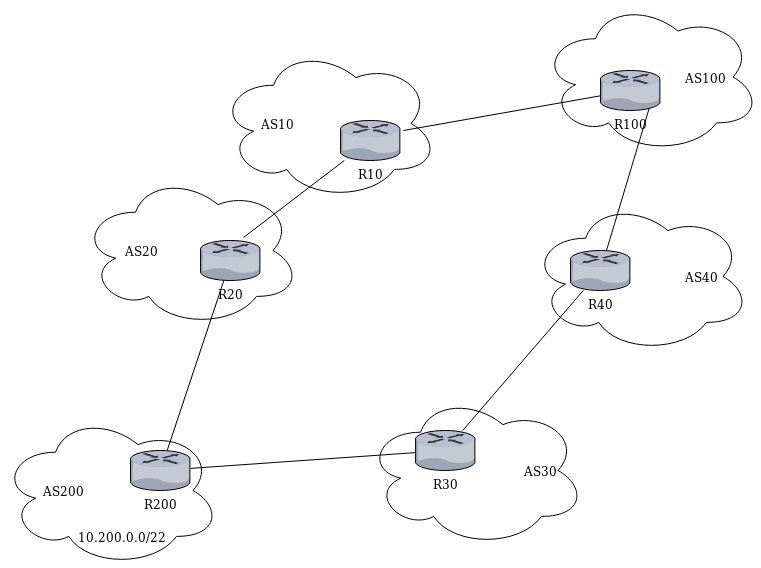
The draw.io diagram images/bgp-mitm-topology.png in mastinux/bgp-man-in-the-middle, before a commit. Source tidied: cells renumbered, new cells last; positions are measured from the earlier drawing's top-left corner, leaving out a move shared by most shapes. Its diagram source:
```xml
<mxGraphModel>
  <root>
    <mxCell id="0" />
    <mxCell id="1" parent="0" />
    <mxCell id="2" style="endArrow=none;html=1;exitX=0.717;exitY=-0.075;exitDx=0;exitDy=0;exitPerimeter=0;" parent="1" edge="1" source="13" target="8">
      <mxGeometry relative="1" as="geometry" />
    </mxCell>
    <mxCell id="3" style="endArrow=none;html=1;exitX=1.05;exitY=0.25;exitDx=0;exitDy=0;exitPerimeter=0;" parent="1" edge="1" source="8" target="9">
      <mxGeometry relative="1" as="geometry" />
    </mxCell>
    <mxCell id="4" style="endArrow=none;html=1;" parent="1" edge="1" source="13" target="12">
      <mxGeometry relative="1" as="geometry" />
    </mxCell>
    <mxCell id="5" style="endArrow=none;html=1;" parent="1" edge="1" source="10">
      <mxGeometry relative="1" as="geometry">
        <mxPoint x="651" y="100" as="targetPoint" />
      </mxGeometry>
    </mxCell>
    <mxCell id="6" style="endArrow=none;html=1;" parent="1" edge="1" source="11" target="10">
      <mxGeometry relative="1" as="geometry" />
    </mxCell>
    <mxCell id="7" style="endArrow=none;html=1;" parent="1" edge="1" source="12" target="11">
      <mxGeometry relative="1" as="geometry" />
    </mxCell>
    <mxCell id="8" value="R10" style="verticalLabelPosition=bottom;html=1;verticalAlign=top;strokeColor=none;align=center;outlineConnect=0;shape=mxgraph.citrix.router;" parent="1" vertex="1">
      <mxGeometry x="340" y="120" width="60" height="40" as="geometry" />
    </mxCell>
    <mxCell id="9" value="R100" style="verticalLabelPosition=bottom;html=1;verticalAlign=top;strokeColor=none;align=center;outlineConnect=0;shape=mxgraph.citrix.router;" parent="1" vertex="1">
      <mxGeometry x="600" y="70" width="60" height="40" as="geometry" />
    </mxCell>
    <mxCell id="10" value="R40" style="verticalLabelPosition=bottom;html=1;verticalAlign=top;strokeColor=none;align=center;outlineConnect=0;shape=mxgraph.citrix.router;" parent="1" vertex="1">
      <mxGeometry x="570" y="250" width="60" height="40" as="geometry" />
    </mxCell>
    <mxCell id="11" value="R30" style="verticalLabelPosition=bottom;html=1;verticalAlign=top;strokeColor=none;align=center;outlineConnect=0;shape=mxgraph.citrix.router;" parent="1" vertex="1">
      <mxGeometry x="415" y="430" width="60" height="40" as="geometry" />
    </mxCell>
    <mxCell id="12" value="R200" style="verticalLabelPosition=bottom;html=1;verticalAlign=top;strokeColor=none;align=center;outlineConnect=0;shape=mxgraph.citrix.router;" parent="1" vertex="1">
      <mxGeometry x="130" y="450" width="60" height="40" as="geometry" />
    </mxCell>
    <mxCell id="13" value="R20" style="verticalLabelPosition=bottom;html=1;verticalAlign=top;strokeColor=none;align=center;outlineConnect=0;shape=mxgraph.citrix.router;" parent="1" vertex="1">
      <mxGeometry x="200" y="240" width="60" height="40" as="geometry" />
    </mxCell>
    <mxCell id="14" value="AS20&amp;nbsp;&amp;nbsp;&amp;nbsp;&amp;nbsp;&amp;nbsp;&amp;nbsp;&amp;nbsp;&amp;nbsp;&amp;nbsp;&amp;nbsp;&amp;nbsp;&amp;nbsp;&amp;nbsp;&amp;nbsp;&amp;nbsp;&amp;nbsp;&amp;nbsp;&amp;nbsp;&amp;nbsp;&amp;nbsp;&amp;nbsp;&amp;nbsp;&amp;nbsp;&amp;nbsp;&amp;nbsp; " style="ellipse;shape=cloud;whiteSpace=wrap;html=1;fillColor=none;" parent="1" vertex="1">
      <mxGeometry x="80" y="173.5" width="220" height="153" as="geometry" />
    </mxCell>
    <mxCell id="15" value="AS10&amp;nbsp;&amp;nbsp;&amp;nbsp;&amp;nbsp;&amp;nbsp;&amp;nbsp;&amp;nbsp;&amp;nbsp;&amp;nbsp;&amp;nbsp;&amp;nbsp;&amp;nbsp;&amp;nbsp;&amp;nbsp;&amp;nbsp;&amp;nbsp;&amp;nbsp;&amp;nbsp;&amp;nbsp;&amp;nbsp;&amp;nbsp;&amp;nbsp;&amp;nbsp;&amp;nbsp;&amp;nbsp;&amp;nbsp; " style="ellipse;shape=cloud;whiteSpace=wrap;html=1;fillColor=none;" parent="1" vertex="1">
      <mxGeometry x="218" y="46.5" width="220" height="153" as="geometry" />
    </mxCell>
    <mxCell id="16" value="AS200&amp;nbsp;&amp;nbsp;&amp;nbsp;&amp;nbsp;&amp;nbsp;&amp;nbsp;&amp;nbsp;&amp;nbsp;&amp;nbsp;&amp;nbsp;&amp;nbsp;&amp;nbsp;&amp;nbsp;&amp;nbsp;&amp;nbsp;&amp;nbsp;&amp;nbsp;&amp;nbsp;&amp;nbsp;&amp;nbsp;&amp;nbsp;&amp;nbsp;&amp;nbsp;&amp;nbsp; " style="ellipse;shape=cloud;whiteSpace=wrap;html=1;fillColor=none;" parent="1" vertex="1">
      <mxGeometry y="413.5" width="220" height="153" as="geometry" />
    </mxCell>
    <mxCell id="17" value="&amp;nbsp;&amp;nbsp;&amp;nbsp;&amp;nbsp;&amp;nbsp;&amp;nbsp;&amp;nbsp;&amp;nbsp;&amp;nbsp;&amp;nbsp;&amp;nbsp;&amp;nbsp;&amp;nbsp;&amp;nbsp;&amp;nbsp;&amp;nbsp;&amp;nbsp;&amp;nbsp;&amp;nbsp;&amp;nbsp;&amp;nbsp;&amp;nbsp;&amp;nbsp;&amp;nbsp;&amp;nbsp;&amp;nbsp;&amp;nbsp;&amp;nbsp;&amp;nbsp;&amp;nbsp;&amp;nbsp; AS30" style="ellipse;shape=cloud;whiteSpace=wrap;html=1;fillColor=none;" parent="1" vertex="1">
      <mxGeometry x="365" y="393.5" width="220" height="153" as="geometry" />
    </mxCell>
    <mxCell id="18" value="&amp;nbsp;&amp;nbsp;&amp;nbsp;&amp;nbsp;&amp;nbsp;&amp;nbsp;&amp;nbsp;&amp;nbsp;&amp;nbsp;&amp;nbsp;&amp;nbsp;&amp;nbsp;&amp;nbsp;&amp;nbsp;&amp;nbsp;&amp;nbsp;&amp;nbsp;&amp;nbsp;&amp;nbsp;&amp;nbsp;&amp;nbsp;&amp;nbsp;&amp;nbsp;&amp;nbsp;&amp;nbsp;&amp;nbsp;&amp;nbsp;&amp;nbsp;&amp;nbsp; AS40" style="ellipse;shape=cloud;whiteSpace=wrap;html=1;fillColor=none;" parent="1" vertex="1">
      <mxGeometry x="530" y="199.5" width="220" height="153" as="geometry" />
    </mxCell>
    <mxCell id="19" value="&amp;nbsp;&amp;nbsp;&amp;nbsp;&amp;nbsp;&amp;nbsp;&amp;nbsp;&amp;nbsp;&amp;nbsp;&amp;nbsp;&amp;nbsp;&amp;nbsp;&amp;nbsp;&amp;nbsp;&amp;nbsp;&amp;nbsp;&amp;nbsp;&amp;nbsp;&amp;nbsp;&amp;nbsp;&amp;nbsp;&amp;nbsp;&amp;nbsp;&amp;nbsp;&amp;nbsp;&amp;nbsp;&amp;nbsp; AS100" style="ellipse;shape=cloud;whiteSpace=wrap;html=1;fillColor=none;" parent="1" vertex="1">
      <mxGeometry x="540" width="220" height="153" as="geometry" />
    </mxCell>
    <mxCell id="20" value="10.200.0.0/22" style="text;html=1;align=left;verticalAlign=top;spacingTop=-4;" parent="1" vertex="1">
      <mxGeometry x="76" y="527" width="100" height="20" as="geometry" />
    </mxCell>
  </root>
</mxGraphModel>
```
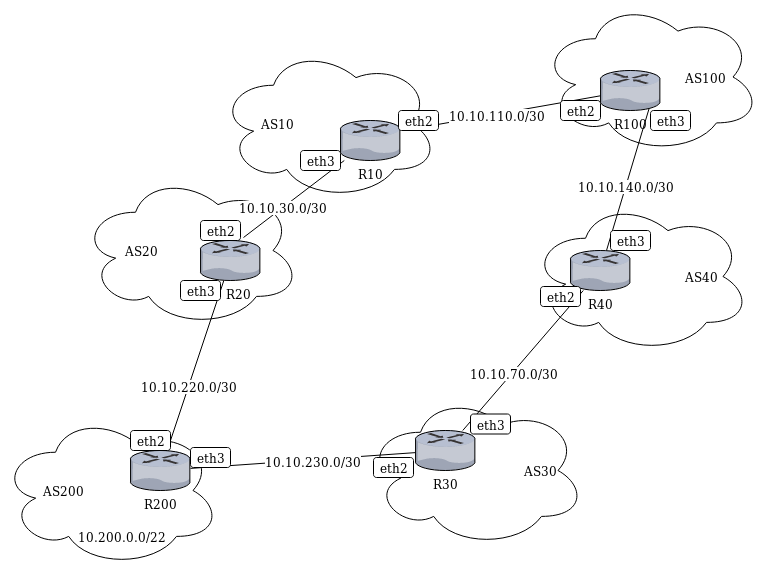
Above is the later version.

Commit message:
more detailed topology in README

Diff of the diagram source:
```diff
@@ -2,26 +2,64 @@
   <root>
     <mxCell id="0" />
     <mxCell id="1" parent="0" />
+    <mxCell id="17" value="&amp;nbsp;&amp;nbsp;&amp;nbsp;&amp;nbsp;&amp;nbsp;&amp;nbsp;&amp;nbsp;&amp;nbsp;&amp;nbsp;&amp;nbsp;&amp;nbsp;&amp;nbsp;&amp;nbsp;&amp;nbsp;&amp;nbsp;&amp;nbsp;&amp;nbsp;&amp;nbsp;&amp;nbsp;&amp;nbsp;&amp;nbsp;&amp;nbsp;&amp;nbsp;&amp;nbsp;&amp;nbsp;&amp;nbsp;&amp;nbsp;&amp;nbsp;&amp;nbsp;&amp;nbsp;&amp;nbsp; AS30" style="ellipse;shape=cloud;whiteSpace=wrap;html=1;fillColor=none;" parent="1" vertex="1">
+      <mxGeometry x="365" y="393.5" width="220" height="153" as="geometry" />
+    </mxCell>
+    <mxCell id="18" value="&amp;nbsp;&amp;nbsp;&amp;nbsp;&amp;nbsp;&amp;nbsp;&amp;nbsp;&amp;nbsp;&amp;nbsp;&amp;nbsp;&amp;nbsp;&amp;nbsp;&amp;nbsp;&amp;nbsp;&amp;nbsp;&amp;nbsp;&amp;nbsp;&amp;nbsp;&amp;nbsp;&amp;nbsp;&amp;nbsp;&amp;nbsp;&amp;nbsp;&amp;nbsp;&amp;nbsp;&amp;nbsp;&amp;nbsp;&amp;nbsp;&amp;nbsp;&amp;nbsp; AS40" style="ellipse;shape=cloud;whiteSpace=wrap;html=1;fillColor=none;" parent="1" vertex="1">
+      <mxGeometry x="530" y="199.5" width="220" height="153" as="geometry" />
+    </mxCell>
+    <mxCell id="19" value="&amp;nbsp;&amp;nbsp;&amp;nbsp;&amp;nbsp;&amp;nbsp;&amp;nbsp;&amp;nbsp;&amp;nbsp;&amp;nbsp;&amp;nbsp;&amp;nbsp;&amp;nbsp;&amp;nbsp;&amp;nbsp;&amp;nbsp;&amp;nbsp;&amp;nbsp;&amp;nbsp;&amp;nbsp;&amp;nbsp;&amp;nbsp;&amp;nbsp;&amp;nbsp;&amp;nbsp;&amp;nbsp;&amp;nbsp; AS100" style="ellipse;shape=cloud;whiteSpace=wrap;html=1;fillColor=none;" parent="1" vertex="1">
+      <mxGeometry x="540" width="220" height="153" as="geometry" />
+    </mxCell>
+    <mxCell id="15" value="AS10&amp;nbsp;&amp;nbsp;&amp;nbsp;&amp;nbsp;&amp;nbsp;&amp;nbsp;&amp;nbsp;&amp;nbsp;&amp;nbsp;&amp;nbsp;&amp;nbsp;&amp;nbsp;&amp;nbsp;&amp;nbsp;&amp;nbsp;&amp;nbsp;&amp;nbsp;&amp;nbsp;&amp;nbsp;&amp;nbsp;&amp;nbsp;&amp;nbsp;&amp;nbsp;&amp;nbsp;&amp;nbsp;&amp;nbsp; " style="ellipse;shape=cloud;whiteSpace=wrap;html=1;fillColor=none;" parent="1" vertex="1">
+      <mxGeometry x="218" y="46.5" width="220" height="153" as="geometry" />
+    </mxCell>
+    <mxCell id="14" value="AS20&amp;nbsp;&amp;nbsp;&amp;nbsp;&amp;nbsp;&amp;nbsp;&amp;nbsp;&amp;nbsp;&amp;nbsp;&amp;nbsp;&amp;nbsp;&amp;nbsp;&amp;nbsp;&amp;nbsp;&amp;nbsp;&amp;nbsp;&amp;nbsp;&amp;nbsp;&amp;nbsp;&amp;nbsp;&amp;nbsp;&amp;nbsp;&amp;nbsp;&amp;nbsp;&amp;nbsp;&amp;nbsp; " style="ellipse;shape=cloud;whiteSpace=wrap;html=1;fillColor=none;" parent="1" vertex="1">
+      <mxGeometry x="80" y="173.5" width="220" height="153" as="geometry" />
+    </mxCell>
+    <mxCell id="16" value="AS200&amp;nbsp;&amp;nbsp;&amp;nbsp;&amp;nbsp;&amp;nbsp;&amp;nbsp;&amp;nbsp;&amp;nbsp;&amp;nbsp;&amp;nbsp;&amp;nbsp;&amp;nbsp;&amp;nbsp;&amp;nbsp;&amp;nbsp;&amp;nbsp;&amp;nbsp;&amp;nbsp;&amp;nbsp;&amp;nbsp;&amp;nbsp;&amp;nbsp;&amp;nbsp;&amp;nbsp; " style="ellipse;shape=cloud;whiteSpace=wrap;html=1;fillColor=none;" parent="1" vertex="1">
+      <mxGeometry y="413.5" width="220" height="153" as="geometry" />
+    </mxCell>
     <mxCell id="2" style="endArrow=none;html=1;exitX=0.717;exitY=-0.075;exitDx=0;exitDy=0;exitPerimeter=0;" parent="1" edge="1" source="13" target="8">
       <mxGeometry relative="1" as="geometry" />
     </mxCell>
+    <mxCell id="21" value="10.10.30.0/30" style="text;html=1;align=center;verticalAlign=middle;labelBackgroundColor=#ffffff;" parent="2" vertex="1">
+      <mxGeometry x="-0.21" relative="1" as="geometry" />
+    </mxCell>
     <mxCell id="3" style="endArrow=none;html=1;exitX=1.05;exitY=0.25;exitDx=0;exitDy=0;exitPerimeter=0;" parent="1" edge="1" source="8" target="9">
       <mxGeometry relative="1" as="geometry" />
     </mxCell>
+    <mxCell id="22" value="&lt;div&gt;10.10.110.0/30&lt;/div&gt;" style="text;html=1;align=center;verticalAlign=middle;labelBackgroundColor=#ffffff;" parent="3" vertex="1">
+      <mxGeometry x="-0.37" y="2" relative="1" as="geometry">
+        <mxPoint x="32" y="-3" as="offset" />
+      </mxGeometry>
+    </mxCell>
     <mxCell id="4" style="endArrow=none;html=1;" parent="1" edge="1" source="13" target="12">
       <mxGeometry relative="1" as="geometry" />
     </mxCell>
+    <mxCell id="23" value="&lt;div&gt;10.10.220.0/30&lt;/div&gt;" style="text;html=1;align=center;verticalAlign=middle;labelBackgroundColor=#ffffff;" parent="4" vertex="1">
+      <mxGeometry x="0.24" relative="1" as="geometry" />
+    </mxCell>
     <mxCell id="5" style="endArrow=none;html=1;" parent="1" edge="1" source="10">
       <mxGeometry relative="1" as="geometry">
         <mxPoint x="651" y="100" as="targetPoint" />
       </mxGeometry>
     </mxCell>
+    <mxCell id="24" value="10.10.140.0/30" style="text;html=1;align=center;verticalAlign=middle;labelBackgroundColor=#ffffff;" parent="5" vertex="1">
+      <mxGeometry x="-0.15" relative="1" as="geometry" />
+    </mxCell>
     <mxCell id="6" style="endArrow=none;html=1;" parent="1" edge="1" source="11" target="10">
       <mxGeometry relative="1" as="geometry" />
     </mxCell>
+    <mxCell id="25" value="10.10.70.0/30" style="text;html=1;align=center;verticalAlign=middle;labelBackgroundColor=#ffffff;" parent="6" vertex="1">
+      <mxGeometry x="-0.17" y="-1" relative="1" as="geometry" />
+    </mxCell>
     <mxCell id="7" style="endArrow=none;html=1;" parent="1" edge="1" source="12" target="11">
       <mxGeometry relative="1" as="geometry" />
     </mxCell>
+    <mxCell id="26" value="10.10.230.0/30" style="text;html=1;align=center;verticalAlign=middle;labelBackgroundColor=#ffffff;" parent="7" vertex="1">
+      <mxGeometry x="0.09" y="-1" relative="1" as="geometry" />
+    </mxCell>
     <mxCell id="8" value="R10" style="verticalLabelPosition=bottom;html=1;verticalAlign=top;strokeColor=none;align=center;outlineConnect=0;shape=mxgraph.citrix.router;" parent="1" vertex="1">
       <mxGeometry x="340" y="120" width="60" height="40" as="geometry" />
     </mxCell>
@@ -37,29 +75,47 @@
     <mxCell id="12" value="R200" style="verticalLabelPosition=bottom;html=1;verticalAlign=top;strokeColor=none;align=center;outlineConnect=0;shape=mxgraph.citrix.router;" parent="1" vertex="1">
       <mxGeometry x="130" y="450" width="60" height="40" as="geometry" />
     </mxCell>
-    <mxCell id="13" value="R20" style="verticalLabelPosition=bottom;html=1;verticalAlign=top;strokeColor=none;align=center;outlineConnect=0;shape=mxgraph.citrix.router;" parent="1" vertex="1">
+    <mxCell id="13" value="&amp;nbsp;&amp;nbsp;&amp;nbsp; R20" style="verticalLabelPosition=bottom;html=1;verticalAlign=top;strokeColor=none;align=center;outlineConnect=0;shape=mxgraph.citrix.router;" parent="1" vertex="1">
       <mxGeometry x="200" y="240" width="60" height="40" as="geometry" />
     </mxCell>
-    <mxCell id="14" value="AS20&amp;nbsp;&amp;nbsp;&amp;nbsp;&amp;nbsp;&amp;nbsp;&amp;nbsp;&amp;nbsp;&amp;nbsp;&amp;nbsp;&amp;nbsp;&amp;nbsp;&amp;nbsp;&amp;nbsp;&amp;nbsp;&amp;nbsp;&amp;nbsp;&amp;nbsp;&amp;nbsp;&amp;nbsp;&amp;nbsp;&amp;nbsp;&amp;nbsp;&amp;nbsp;&amp;nbsp;&amp;nbsp; " style="ellipse;shape=cloud;whiteSpace=wrap;html=1;fillColor=none;" parent="1" vertex="1">
-      <mxGeometry x="80" y="173.5" width="220" height="153" as="geometry" />
-    </mxCell>
-    <mxCell id="15" value="AS10&amp;nbsp;&amp;nbsp;&amp;nbsp;&amp;nbsp;&amp;nbsp;&amp;nbsp;&amp;nbsp;&amp;nbsp;&amp;nbsp;&amp;nbsp;&amp;nbsp;&amp;nbsp;&amp;nbsp;&amp;nbsp;&amp;nbsp;&amp;nbsp;&amp;nbsp;&amp;nbsp;&amp;nbsp;&amp;nbsp;&amp;nbsp;&amp;nbsp;&amp;nbsp;&amp;nbsp;&amp;nbsp;&amp;nbsp; " style="ellipse;shape=cloud;whiteSpace=wrap;html=1;fillColor=none;" parent="1" vertex="1">
-      <mxGeometry x="218" y="46.5" width="220" height="153" as="geometry" />
-    </mxCell>
-    <mxCell id="16" value="AS200&amp;nbsp;&amp;nbsp;&amp;nbsp;&amp;nbsp;&amp;nbsp;&amp;nbsp;&amp;nbsp;&amp;nbsp;&amp;nbsp;&amp;nbsp;&amp;nbsp;&amp;nbsp;&amp;nbsp;&amp;nbsp;&amp;nbsp;&amp;nbsp;&amp;nbsp;&amp;nbsp;&amp;nbsp;&amp;nbsp;&amp;nbsp;&amp;nbsp;&amp;nbsp;&amp;nbsp; " style="ellipse;shape=cloud;whiteSpace=wrap;html=1;fillColor=none;" parent="1" vertex="1">
-      <mxGeometry y="413.5" width="220" height="153" as="geometry" />
-    </mxCell>
-    <mxCell id="17" value="&amp;nbsp;&amp;nbsp;&amp;nbsp;&amp;nbsp;&amp;nbsp;&amp;nbsp;&amp;nbsp;&amp;nbsp;&amp;nbsp;&amp;nbsp;&amp;nbsp;&amp;nbsp;&amp;nbsp;&amp;nbsp;&amp;nbsp;&amp;nbsp;&amp;nbsp;&amp;nbsp;&amp;nbsp;&amp;nbsp;&amp;nbsp;&amp;nbsp;&amp;nbsp;&amp;nbsp;&amp;nbsp;&amp;nbsp;&amp;nbsp;&amp;nbsp;&amp;nbsp;&amp;nbsp;&amp;nbsp; AS30" style="ellipse;shape=cloud;whiteSpace=wrap;html=1;fillColor=none;" parent="1" vertex="1">
-      <mxGeometry x="365" y="393.5" width="220" height="153" as="geometry" />
-    </mxCell>
-    <mxCell id="18" value="&amp;nbsp;&amp;nbsp;&amp;nbsp;&amp;nbsp;&amp;nbsp;&amp;nbsp;&amp;nbsp;&amp;nbsp;&amp;nbsp;&amp;nbsp;&amp;nbsp;&amp;nbsp;&amp;nbsp;&amp;nbsp;&amp;nbsp;&amp;nbsp;&amp;nbsp;&amp;nbsp;&amp;nbsp;&amp;nbsp;&amp;nbsp;&amp;nbsp;&amp;nbsp;&amp;nbsp;&amp;nbsp;&amp;nbsp;&amp;nbsp;&amp;nbsp;&amp;nbsp; AS40" style="ellipse;shape=cloud;whiteSpace=wrap;html=1;fillColor=none;" parent="1" vertex="1">
-      <mxGeometry x="530" y="199.5" width="220" height="153" as="geometry" />
-    </mxCell>
-    <mxCell id="19" value="&amp;nbsp;&amp;nbsp;&amp;nbsp;&amp;nbsp;&amp;nbsp;&amp;nbsp;&amp;nbsp;&amp;nbsp;&amp;nbsp;&amp;nbsp;&amp;nbsp;&amp;nbsp;&amp;nbsp;&amp;nbsp;&amp;nbsp;&amp;nbsp;&amp;nbsp;&amp;nbsp;&amp;nbsp;&amp;nbsp;&amp;nbsp;&amp;nbsp;&amp;nbsp;&amp;nbsp;&amp;nbsp;&amp;nbsp; AS100" style="ellipse;shape=cloud;whiteSpace=wrap;html=1;fillColor=none;" parent="1" vertex="1">
-      <mxGeometry x="540" width="220" height="153" as="geometry" />
-    </mxCell>
     <mxCell id="20" value="10.200.0.0/22" style="text;html=1;align=left;verticalAlign=top;spacingTop=-4;" parent="1" vertex="1">
       <mxGeometry x="76" y="527" width="100" height="20" as="geometry" />
     </mxCell>
+    <mxCell id="27" value="eth2" style="rounded=1;whiteSpace=wrap;html=1;" parent="1" vertex="1">
+      <mxGeometry x="130" y="430" width="40" height="20" as="geometry" />
+    </mxCell>
+    <mxCell id="28" value="eth2" style="rounded=1;whiteSpace=wrap;html=1;" parent="1" vertex="1">
+      <mxGeometry x="200" y="220" width="40" height="20" as="geometry" />
+    </mxCell>
+    <mxCell id="29" value="eth2" style="rounded=1;whiteSpace=wrap;html=1;" parent="1" vertex="1">
+      <mxGeometry x="398" y="110" width="40" height="20" as="geometry" />
+    </mxCell>
+    <mxCell id="30" value="eth2" style="rounded=1;whiteSpace=wrap;html=1;" parent="1" vertex="1">
+      <mxGeometry x="560" y="100" width="40" height="20" as="geometry" />
+    </mxCell>
+    <mxCell id="31" value="eth2" style="rounded=1;whiteSpace=wrap;html=1;" parent="1" vertex="1">
+      <mxGeometry x="540" y="286" width="40" height="20" as="geometry" />
+    </mxCell>
+    <mxCell id="32" value="eth2" style="rounded=1;whiteSpace=wrap;html=1;" parent="1" vertex="1">
+      <mxGeometry x="373" y="457" width="40" height="20" as="geometry" />
+    </mxCell>
+    <mxCell id="33" value="eth3" style="rounded=1;whiteSpace=wrap;html=1;" parent="1" vertex="1">
+      <mxGeometry x="300" y="150" width="40" height="20" as="geometry" />
+    </mxCell>
+    <mxCell id="34" value="eth3" style="rounded=1;whiteSpace=wrap;html=1;" parent="1" vertex="1">
+      <mxGeometry x="180" y="280" width="40" height="20" as="geometry" />
+    </mxCell>
+    <mxCell id="35" value="eth3" style="rounded=1;whiteSpace=wrap;html=1;" parent="1" vertex="1">
+      <mxGeometry x="190" y="447" width="40" height="20" as="geometry" />
+    </mxCell>
+    <mxCell id="36" value="eth3" style="rounded=1;whiteSpace=wrap;html=1;" parent="1" vertex="1">
+      <mxGeometry x="650" y="110" width="40" height="20" as="geometry" />
+    </mxCell>
+    <mxCell id="37" value="eth3" style="rounded=1;whiteSpace=wrap;html=1;" parent="1" vertex="1">
+      <mxGeometry x="610" y="230" width="40" height="20" as="geometry" />
+    </mxCell>
+    <mxCell id="38" value="eth3" style="rounded=1;whiteSpace=wrap;html=1;" parent="1" vertex="1">
+      <mxGeometry x="470" y="413.5" width="40" height="20" as="geometry" />
+    </mxCell>
   </root>
 </mxGraphModel>
```
